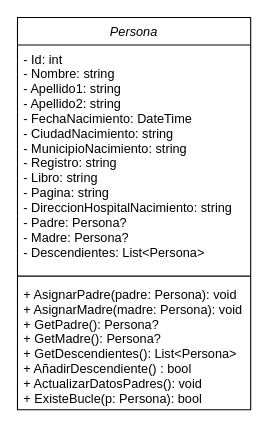
This is DiagramaPractica2.drawio from migueldju/FamilyTree, a draw.io file, before an edit. Source tidied: cells renumbered, new cells numbered last; positions are measured from the earlier drawing's top-left corner, leaving out a move shared by most shapes. Both pictures are drawn from the tidied source at 106%, with x=0, y=0 at pixel (17, 17).
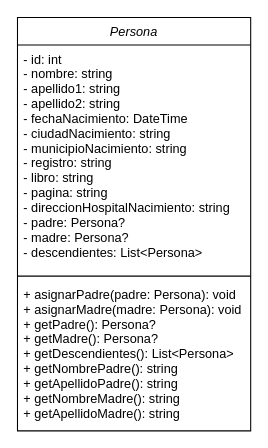
After the change.

The edit, as a diff of the source:
```diff
@@
 <mxGraphModel>
   <root>
     <mxCell id="0" />
     <mxCell id="1" parent="0" />
     <mxCell id="2" value="Persona" style="swimlane;fontStyle=2;align=center;verticalAlign=top;horizontal=1;startSize=26;rounded=0;shadow=0;strokeWidth=1;" parent="1" vertex="1">
-      <mxGeometry width="220" height="370" as="geometry" />
+      <mxGeometry width="220" height="390" as="geometry" />
     </mxCell>
-    <mxCell id="3" value="- Id: int&#10;- Nombre: string&#10;- Apellido1: string &#10;- Apellido2: string&#10;- FechaNacimiento: DateTime&#10;- CiudadNacimiento: string &#10;- MunicipioNacimiento: string&#10;- Registro: string &#10;- Libro: string &#10;- Pagina: string &#10;- DireccionHospitalNacimiento: string&#10;- Padre: Persona? &#10;- Madre: Persona? &#10;- Descendientes: List&lt;Persona&gt;" style="text;align=left;verticalAlign=top;spacingLeft=4;spacingRight=4;overflow=hidden;" parent="2" vertex="1">
+    <mxCell id="3" value="- id: int&#10;- nombre: string&#10;- apellido1: string &#10;- apellido2: string&#10;- fechaNacimiento: DateTime&#10;- ciudadNacimiento: string &#10;- municipioNacimiento: string&#10;- registro: string &#10;- libro: string &#10;- pagina: string &#10;- direccionHospitalNacimiento: string&#10;- padre: Persona? &#10;- madre: Persona? &#10;- descendientes: List&lt;Persona&gt;" style="text;align=left;verticalAlign=top;spacingLeft=4;spacingRight=4;overflow=hidden;" parent="2" vertex="1">
       <mxGeometry y="26" width="220" height="214" as="geometry" />
     </mxCell>
     <mxCell id="4" style="line;html=1;strokeWidth=1;align=left;verticalAlign=middle;spacingTop=-1;spacingLeft=3;spacingRight=3;labelPosition=right;" parent="2" vertex="1">
       <mxGeometry y="240" width="220" height="8" as="geometry" />
     </mxCell>
-    <mxCell id="5" value="+ AsignarPadre(padre: Persona): void &#10;+ AsignarMadre(madre: Persona): void &#10;+ GetPadre(): Persona? &#10;+ GetMadre(): Persona? &#10;+ GetDescendientes(): List&lt;Persona&gt; &#10;+ AñadirDescendiente() : bool&#10;+ ActualizarDatosPadres(): void &#10;+ ExisteBucle(p: Persona): bool " style="text;align=left;verticalAlign=top;spacingLeft=4;spacingRight=4;overflow=hidden;" parent="2" vertex="1">
-      <mxGeometry y="248" width="220" height="122" as="geometry" />
+    <mxCell id="5" value="+ asignarPadre(padre: Persona): void &#10;+ asignarMadre(madre: Persona): void &#10;+ getPadre(): Persona? &#10;+ getMadre(): Persona? &#10;+ getDescendientes(): List&lt;Persona&gt; &#10;+ getNombrePadre(): string&#10;+ getApellidoPadre(): string&#10;+ getNombreMadre(): string&#10;+ getApellidoMadre(): string" style="text;align=left;verticalAlign=top;spacingLeft=4;spacingRight=4;overflow=hidden;" parent="2" vertex="1">
+      <mxGeometry y="248" width="220" height="142" as="geometry" />
     </mxCell>
   </root>
 </mxGraphModel>
```
